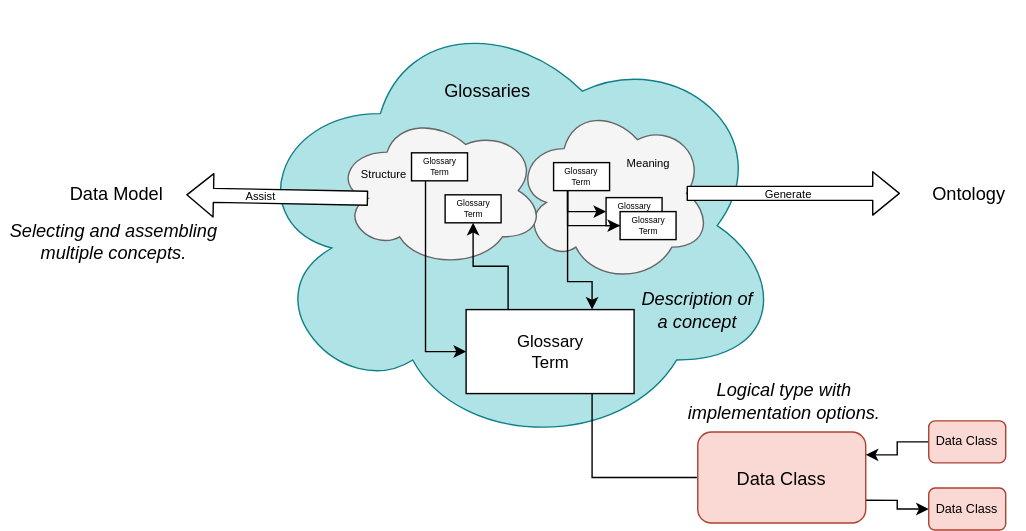
Before: site/docs/practices/common-data-definitions/semantic-to-implementation-models.svg, a diagram exported from draw.io (odpi/egeria-docs). Source tidied: cells renumbered, new cells last; positions are measured from the earlier drawing's top-left corner, leaving out a move shared by most shapes.
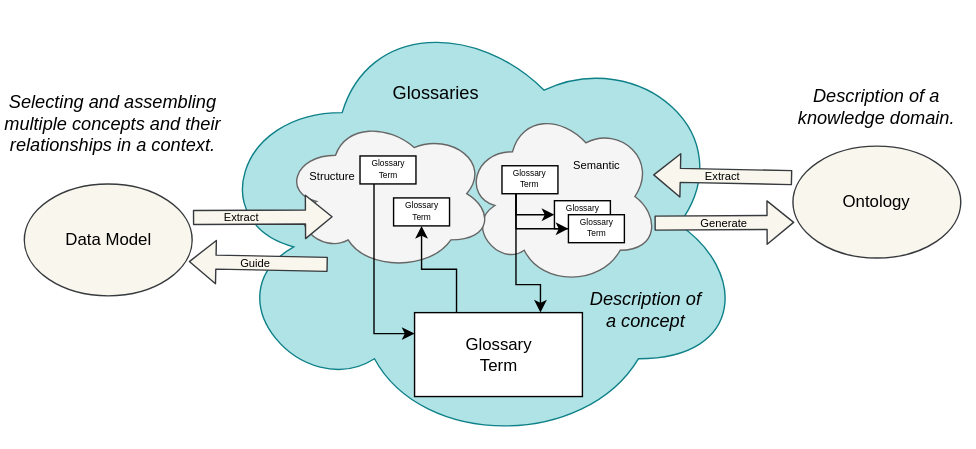
Above is the later version.

What changed in the source:
```diff
@@ -3,121 +3,123 @@
     <mxCell id="0" />
     <mxCell id="1" parent="0" />
     <mxCell id="2" style="ellipse;shape=cloud;whiteSpace=wrap;html=1;fontSize=8;fillColor=#b0e3e6;strokeColor=#0e8088;" parent="1" vertex="1">
-      <mxGeometry x="175" y="-0.5" width="385" height="320" as="geometry" />
+      <mxGeometry x="235.5" y="-38" width="385" height="320" as="geometry" />
     </mxCell>
     <mxCell id="3" style="ellipse;shape=cloud;whiteSpace=wrap;html=1;fillColor=#f5f5f5;strokeColor=#666666;fontColor=#333333;" parent="1" vertex="1">
-      <mxGeometry x="367.5" y="72.5" width="140" height="128" as="geometry" />
+      <mxGeometry x="418.5" y="38" width="140" height="128" as="geometry" />
     </mxCell>
     <mxCell id="4" style="ellipse;shape=cloud;whiteSpace=wrap;html=1;fillColor=#f5f5f5;strokeColor=#666666;fontColor=#333333;" parent="1" vertex="1">
-      <mxGeometry x="238.5" y="79.5" width="150" height="110" as="geometry" />
+      <mxGeometry x="289.5" y="45" width="150" height="110" as="geometry" />
     </mxCell>
     <mxCell id="5" value="Glossary&lt;br style=&quot;font-size: 6px;&quot;&gt;Term&lt;br style=&quot;font-size: 6px;&quot;&gt;" style="rounded=0;whiteSpace=wrap;html=1;fontSize=6;" parent="1" vertex="1">
-      <mxGeometry x="432.5" y="139.5" width="40" height="20" as="geometry" />
+      <mxGeometry x="483.5" y="105" width="40" height="20" as="geometry" />
     </mxCell>
-    <mxCell id="6" style="edgeStyle=orthogonalEdgeStyle;rounded=0;html=1;exitX=0.25;exitY=0;entryX=0.5;entryY=1;jettySize=auto;fontSize=6;" parent="1" edge="1" source="9" target="16">
+    <mxCell id="6" style="edgeStyle=orthogonalEdgeStyle;rounded=0;html=1;exitX=0.25;exitY=0;entryX=0.5;entryY=1;jettySize=auto;fontSize=6;" parent="1" edge="1" source="8" target="15">
       <mxGeometry relative="1" as="geometry" />
     </mxCell>
-    <mxCell id="7" style="edgeStyle=orthogonalEdgeStyle;rounded=0;html=1;exitX=0.75;exitY=0;entryX=0.25;entryY=1;jettySize=auto;fontSize=6;startArrow=classic;startFill=1;endArrow=none;endFill=0;" parent="1" edge="1" source="9" target="12">
+    <mxCell id="7" style="edgeStyle=orthogonalEdgeStyle;rounded=0;html=1;exitX=0.75;exitY=0;entryX=0.25;entryY=1;jettySize=auto;fontSize=6;startArrow=classic;startFill=1;endArrow=none;endFill=0;" parent="1" edge="1" source="8" target="11">
       <mxGeometry relative="1" as="geometry">
         <Array as="points">
-          <mxPoint x="422.5" y="199.5" />
-          <mxPoint x="405.5" y="199.5" />
+          <mxPoint x="473.5" y="165" />
+          <mxPoint x="456.5" y="165" />
         </Array>
       </mxGeometry>
     </mxCell>
-    <mxCell id="8" style="edgeStyle=orthogonalEdgeStyle;rounded=0;html=1;exitX=0.75;exitY=1;entryX=0;entryY=0.5;jettySize=auto;fontSize=13;endArrow=none;endFill=0;" parent="1" edge="1" source="9" target="25">
-      <mxGeometry relative="1" as="geometry" />
+    <mxCell id="8" value="Glossary&lt;br&gt;Term&lt;br&gt;" style="rounded=0;whiteSpace=wrap;html=1;fillColor=#ffffff;strokeColor=#000000;" parent="1" vertex="1">
+      <mxGeometry x="383.5" y="185" width="120" height="60" as="geometry" />
     </mxCell>
-    <mxCell id="9" value="Glossary&lt;br&gt;Term&lt;br&gt;" style="rounded=0;whiteSpace=wrap;html=1;fillColor=#ffffff;strokeColor=#000000;" parent="1" vertex="1">
-      <mxGeometry x="332.5" y="219.5" width="120" height="60" as="geometry" />
+    <mxCell id="9" style="edgeStyle=orthogonalEdgeStyle;rounded=0;html=1;exitX=0.25;exitY=1;entryX=0;entryY=0.5;jettySize=auto;fontSize=6;" parent="1" edge="1" source="11" target="5">
+      <mxGeometry relative="1" as="geometry">
+        <Array as="points">
+          <mxPoint x="455.5" y="115" />
+        </Array>
+      </mxGeometry>
     </mxCell>
-    <mxCell id="10" style="edgeStyle=orthogonalEdgeStyle;rounded=0;html=1;exitX=0.25;exitY=1;entryX=0;entryY=0.5;jettySize=auto;fontSize=6;" parent="1" edge="1" source="12" target="5">
+    <mxCell id="10" style="edgeStyle=orthogonalEdgeStyle;rounded=0;html=1;exitX=0.25;exitY=1;entryX=0.25;entryY=1;jettySize=auto;fontSize=6;" parent="1" edge="1" source="11" target="5">
       <mxGeometry relative="1" as="geometry">
         <Array as="points">
-          <mxPoint x="404.5" y="149.5" />
+          <mxPoint x="455.5" y="125" />
         </Array>
       </mxGeometry>
     </mxCell>
-    <mxCell id="11" style="edgeStyle=orthogonalEdgeStyle;rounded=0;html=1;exitX=0.25;exitY=1;entryX=0.25;entryY=1;jettySize=auto;fontSize=6;" parent="1" edge="1" source="12" target="5">
-      <mxGeometry relative="1" as="geometry">
-        <Array as="points">
-          <mxPoint x="404.5" y="159.5" />
-        </Array>
-      </mxGeometry>
+    <mxCell id="11" value="Glossary&lt;br style=&quot;font-size: 6px;&quot;&gt;Term&lt;br style=&quot;font-size: 6px;&quot;&gt;" style="rounded=0;whiteSpace=wrap;html=1;fontSize=6;" parent="1" vertex="1">
+      <mxGeometry x="446" y="80" width="40" height="20" as="geometry" />
     </mxCell>
-    <mxCell id="12" value="Glossary&lt;br style=&quot;font-size: 6px;&quot;&gt;Term&lt;br style=&quot;font-size: 6px;&quot;&gt;" style="rounded=0;whiteSpace=wrap;html=1;fontSize=6;" parent="1" vertex="1">
-      <mxGeometry x="395" y="114.5" width="40" height="20" as="geometry" />
+    <mxCell id="12" style="edgeStyle=orthogonalEdgeStyle;rounded=0;html=1;exitX=0.25;exitY=1;entryX=0;entryY=0.25;jettySize=auto;fontSize=6;entryDx=0;entryDy=0;" parent="1" edge="1" source="13" target="8">
+      <mxGeometry relative="1" as="geometry">
+        <Array as="points">
+          <mxPoint x="355" y="200" />
+        </Array>
+      </mxGeometry>
     </mxCell>
-    <mxCell id="13" style="edgeStyle=orthogonalEdgeStyle;rounded=0;html=1;exitX=0.25;exitY=1;entryX=0;entryY=0.5;jettySize=auto;fontSize=6;" parent="1" edge="1" source="14" target="9">
-      <mxGeometry relative="1" as="geometry">
-        <Array as="points">
-          <mxPoint x="303.5" y="249.5" />
-        </Array>
-      </mxGeometry>
+    <mxCell id="13" value="Glossary&lt;br style=&quot;font-size: 6px;&quot;&gt;Term&lt;br style=&quot;font-size: 6px;&quot;&gt;" style="rounded=0;whiteSpace=wrap;html=1;fontSize=6;" parent="1" vertex="1">
+      <mxGeometry x="344.5" y="73" width="40" height="20" as="geometry" />
     </mxCell>
     <mxCell id="14" value="Glossary&lt;br style=&quot;font-size: 6px;&quot;&gt;Term&lt;br style=&quot;font-size: 6px;&quot;&gt;" style="rounded=0;whiteSpace=wrap;html=1;fontSize=6;" parent="1" vertex="1">
-      <mxGeometry x="293.5" y="107.5" width="40" height="20" as="geometry" />
+      <mxGeometry x="493.5" y="115" width="40" height="20" as="geometry" />
     </mxCell>
     <mxCell id="15" value="Glossary&lt;br style=&quot;font-size: 6px;&quot;&gt;Term&lt;br style=&quot;font-size: 6px;&quot;&gt;" style="rounded=0;whiteSpace=wrap;html=1;fontSize=6;" parent="1" vertex="1">
-      <mxGeometry x="442.5" y="149.5" width="40" height="20" as="geometry" />
+      <mxGeometry x="368.5" y="103" width="40" height="20" as="geometry" />
     </mxCell>
-    <mxCell id="16" value="Glossary&lt;br style=&quot;font-size: 6px;&quot;&gt;Term&lt;br style=&quot;font-size: 6px;&quot;&gt;" style="rounded=0;whiteSpace=wrap;html=1;fontSize=6;" parent="1" vertex="1">
-      <mxGeometry x="317.5" y="137.5" width="40" height="20" as="geometry" />
+    <mxCell id="16" value="Semantic" style="text;html=1;strokeColor=none;fillColor=none;align=center;verticalAlign=middle;whiteSpace=wrap;rounded=0;fontSize=8;" parent="1" vertex="1">
+      <mxGeometry x="493.5" y="70" width="40" height="20" as="geometry" />
     </mxCell>
-    <mxCell id="17" value="Meaning" style="text;html=1;strokeColor=none;fillColor=none;align=center;verticalAlign=middle;whiteSpace=wrap;rounded=0;fontSize=8;" parent="1" vertex="1">
-      <mxGeometry x="442.5" y="104.5" width="40" height="20" as="geometry" />
+    <mxCell id="17" value="Structure" style="text;html=1;strokeColor=none;fillColor=none;align=center;verticalAlign=middle;whiteSpace=wrap;rounded=0;fontSize=8;" parent="1" vertex="1">
+      <mxGeometry x="304.5" y="78" width="40" height="20" as="geometry" />
     </mxCell>
-    <mxCell id="18" value="Structure" style="text;html=1;strokeColor=none;fillColor=none;align=center;verticalAlign=middle;whiteSpace=wrap;rounded=0;fontSize=8;" parent="1" vertex="1">
-      <mxGeometry x="253.5" y="112.5" width="40" height="20" as="geometry" />
+    <mxCell id="18" value="Glossaries" style="text;html=1;strokeColor=none;fillColor=none;align=center;verticalAlign=middle;whiteSpace=wrap;rounded=0;fontSize=13;" parent="1" vertex="1">
+      <mxGeometry x="378.5" y="18" width="40" height="20" as="geometry" />
     </mxCell>
-    <mxCell id="19" value="Glossaries" style="text;html=1;strokeColor=none;fillColor=none;align=center;verticalAlign=middle;whiteSpace=wrap;rounded=0;fontSize=13;" parent="1" vertex="1">
-      <mxGeometry x="327.5" y="52.5" width="40" height="20" as="geometry" />
+    <mxCell id="19" style="shape=flexArrow;endArrow=classic;html=1;fillColor=#f9f7ed;fontSize=8;exitX=0.16;exitY=0.55;exitPerimeter=0;strokeColor=#36393d;" parent="1" edge="1">
+      <mxGeometry relative="1" as="geometry">
+        <mxPoint x="321.5" y="150.5" as="sourcePoint" />
+        <mxPoint x="222" y="148.5" as="targetPoint" />
+      </mxGeometry>
     </mxCell>
-    <mxCell id="20" style="shape=flexArrow;endArrow=classic;html=1;fillColor=#ffffff;fontSize=8;exitX=0.16;exitY=0.55;exitPerimeter=0;" parent="1" edge="1" source="4">
+    <mxCell id="20" style="shape=flexArrow;endArrow=classic;html=1;fillColor=#f9f7ed;fontSize=8;strokeColor=#36393d;" parent="1" edge="1">
       <mxGeometry relative="1" as="geometry">
-        <mxPoint x="132.5" y="137.5" as="targetPoint" />
+        <mxPoint x="555" y="121" as="sourcePoint" />
+        <mxPoint x="655" y="120.5" as="targetPoint" />
       </mxGeometry>
     </mxCell>
-    <mxCell id="21" style="shape=flexArrow;endArrow=classic;html=1;fillColor=#ffffff;fontSize=8;exitX=0.875;exitY=0.5;exitPerimeter=0;" parent="1" edge="1" source="3">
-      <mxGeometry relative="1" as="geometry">
-        <mxPoint x="642.5" y="136.5" as="targetPoint" />
-      </mxGeometry>
+    <mxCell id="21" value="Selecting and assembling multiple concepts and their relationships in a context." style="text;html=1;strokeColor=none;fillColor=none;align=center;verticalAlign=middle;whiteSpace=wrap;rounded=0;fontSize=13;fontStyle=2;" parent="1" vertex="1">
+      <mxGeometry x="88" y="30" width="160" height="40" as="geometry" />
     </mxCell>
-    <mxCell id="22" value="Data Model" style="text;html=1;strokeColor=none;fillColor=none;align=center;verticalAlign=middle;whiteSpace=wrap;rounded=0;fontSize=13;" parent="1" vertex="1">
-      <mxGeometry x="42.5" y="116.5" width="80" height="40" as="geometry" />
+    <mxCell id="22" value="Description of a concept" style="text;html=1;strokeColor=none;fillColor=none;align=center;verticalAlign=middle;whiteSpace=wrap;rounded=0;fontSize=13;fontStyle=2;" parent="1" vertex="1">
+      <mxGeometry x="503.5" y="163" width="90" height="40" as="geometry" />
     </mxCell>
-    <mxCell id="23" value="Ontology" style="text;html=1;strokeColor=none;fillColor=none;align=center;verticalAlign=middle;whiteSpace=wrap;rounded=0;fontSize=13;" parent="1" vertex="1">
-      <mxGeometry x="652.3" y="116.5" width="80" height="40" as="geometry" />
+    <mxCell id="23" value="Description of a knowledge domain." style="text;html=1;strokeColor=none;fillColor=none;align=center;verticalAlign=middle;whiteSpace=wrap;rounded=0;fontSize=13;fontStyle=2;" parent="1" vertex="1">
+      <mxGeometry x="644" y="18" width="140" height="40" as="geometry" />
     </mxCell>
-    <mxCell id="24" style="edgeStyle=orthogonalEdgeStyle;rounded=0;html=1;exitX=1;exitY=0.75;entryX=0;entryY=0.5;startArrow=none;startFill=0;endArrow=classic;endFill=1;jettySize=auto;fontSize=12;fontColor=#000000;" parent="1" edge="1" source="25" target="31">
-      <mxGeometry relative="1" as="geometry" />
+    <mxCell id="24" value="Generate" style="text;html=1;strokeColor=none;fillColor=none;align=center;verticalAlign=middle;whiteSpace=wrap;rounded=0;fontSize=8;fontColor=#000000;" parent="1" vertex="1">
+      <mxGeometry x="584.5" y="111" width="40" height="20" as="geometry" />
     </mxCell>
-    <mxCell id="25" value="Data Class" style="rounded=1;whiteSpace=wrap;html=1;strokeColor=#ae4132;fillColor=#fad9d5;fontSize=13;" parent="1" vertex="1">
-      <mxGeometry x="498" y="307" width="120" height="65" as="geometry" />
+    <mxCell id="25" value="Guide" style="text;html=1;strokeColor=none;fillColor=none;align=center;verticalAlign=middle;whiteSpace=wrap;rounded=0;fontSize=8;fontColor=#000000;" parent="1" vertex="1">
+      <mxGeometry x="249.5" y="140" width="40" height="20" as="geometry" />
     </mxCell>
-    <mxCell id="26" value="Selecting and assembling multiple concepts." style="text;html=1;strokeColor=none;fillColor=none;align=center;verticalAlign=middle;whiteSpace=wrap;rounded=0;fontSize=13;fontStyle=2;" parent="1" vertex="1">
-      <mxGeometry x="0.5" y="150.5" width="160" height="40" as="geometry" />
+    <mxCell id="26" value="Ontology" style="ellipse;whiteSpace=wrap;html=1;shadow=0;strokeWidth=1;fontSize=12;fillColor=#f9f7ed;strokeColor=#36393d;" parent="1" vertex="1">
+      <mxGeometry x="654" y="66" width="120" height="80" as="geometry" />
     </mxCell>
-    <mxCell id="27" value="Description of a concept" style="text;html=1;strokeColor=none;fillColor=none;align=center;verticalAlign=middle;whiteSpace=wrap;rounded=0;fontSize=13;fontStyle=2;" parent="1" vertex="1">
-      <mxGeometry x="452.5" y="199.5" width="90" height="40" as="geometry" />
+    <mxCell id="27" style="shape=flexArrow;endArrow=classic;html=1;fillColor=#f9f7ed;fontSize=8;strokeColor=#36393d;" parent="1" edge="1">
+      <mxGeometry relative="1" as="geometry">
+        <mxPoint x="225" y="117" as="sourcePoint" />
+        <mxPoint x="325" y="116.5" as="targetPoint" />
+      </mxGeometry>
     </mxCell>
-    <mxCell id="28" value="Logical type with implementation options." style="text;html=1;strokeColor=none;fillColor=none;align=center;verticalAlign=middle;whiteSpace=wrap;rounded=0;fontSize=13;fontStyle=2;" parent="1" vertex="1">
-      <mxGeometry x="490" y="265" width="140" height="40" as="geometry" />
+    <mxCell id="28" value="Extract" style="text;html=1;strokeColor=none;fillColor=none;align=center;verticalAlign=middle;whiteSpace=wrap;rounded=0;fontSize=8;fontColor=#000000;" parent="1" vertex="1">
+      <mxGeometry x="239.5" y="107" width="40" height="20" as="geometry" />
     </mxCell>
-    <mxCell id="29" style="edgeStyle=orthogonalEdgeStyle;rounded=0;html=1;entryX=1;entryY=0.25;startArrow=none;startFill=0;endArrow=classic;endFill=1;jettySize=auto;fontSize=12;fontColor=#000000;" parent="1" edge="1" source="30" target="25">
-      <mxGeometry relative="1" as="geometry" />
+    <mxCell id="29" style="shape=flexArrow;endArrow=classic;html=1;fillColor=#f9f7ed;fontSize=8;exitX=0.16;exitY=0.55;exitPerimeter=0;strokeColor=#36393d;" parent="1" edge="1">
+      <mxGeometry relative="1" as="geometry">
+        <mxPoint x="653.5" y="88.5" as="sourcePoint" />
+        <mxPoint x="554" y="86.5" as="targetPoint" />
+      </mxGeometry>
     </mxCell>
-    <mxCell id="30" value="Data Class" style="rounded=1;whiteSpace=wrap;html=1;strokeColor=#ae4132;fillColor=#fad9d5;fontSize=9;" parent="1" vertex="1">
-      <mxGeometry x="663" y="299" width="55" height="30" as="geometry" />
+    <mxCell id="30" value="Extract" style="text;html=1;strokeColor=none;fillColor=none;align=center;verticalAlign=middle;whiteSpace=wrap;rounded=0;fontSize=8;fontColor=#000000;" parent="1" vertex="1">
+      <mxGeometry x="583.5" y="78" width="40" height="20" as="geometry" />
     </mxCell>
-    <mxCell id="31" value="Data Class" style="rounded=1;whiteSpace=wrap;html=1;strokeColor=#ae4132;fillColor=#fad9d5;fontSize=9;" parent="1" vertex="1">
-      <mxGeometry x="663" y="347" width="55" height="30" as="geometry" />
+    <mxCell id="31" value="Data Model" style="ellipse;whiteSpace=wrap;html=1;shadow=0;strokeWidth=1;fontSize=12;fillColor=#f9f7ed;strokeColor=#36393d;" parent="1" vertex="1">
+      <mxGeometry x="104.5" y="93" width="120" height="80" as="geometry" />
     </mxCell>
-    <mxCell id="32" value="Generate" style="text;html=1;strokeColor=none;fillColor=none;align=center;verticalAlign=middle;whiteSpace=wrap;rounded=0;fontSize=8;fontColor=#000000;" parent="1" vertex="1">
-      <mxGeometry x="542.5" y="126.5" width="40" height="20" as="geometry" />
-    </mxCell>
-    <mxCell id="33" value="Assist" style="text;html=1;strokeColor=none;fillColor=none;align=center;verticalAlign=middle;whiteSpace=wrap;rounded=0;fontSize=8;fontColor=#000000;" parent="1" vertex="1">
-      <mxGeometry x="165.5" y="128.5" width="40" height="20" as="geometry" />
-    </mxCell>
   </root>
 </mxGraphModel>
```
